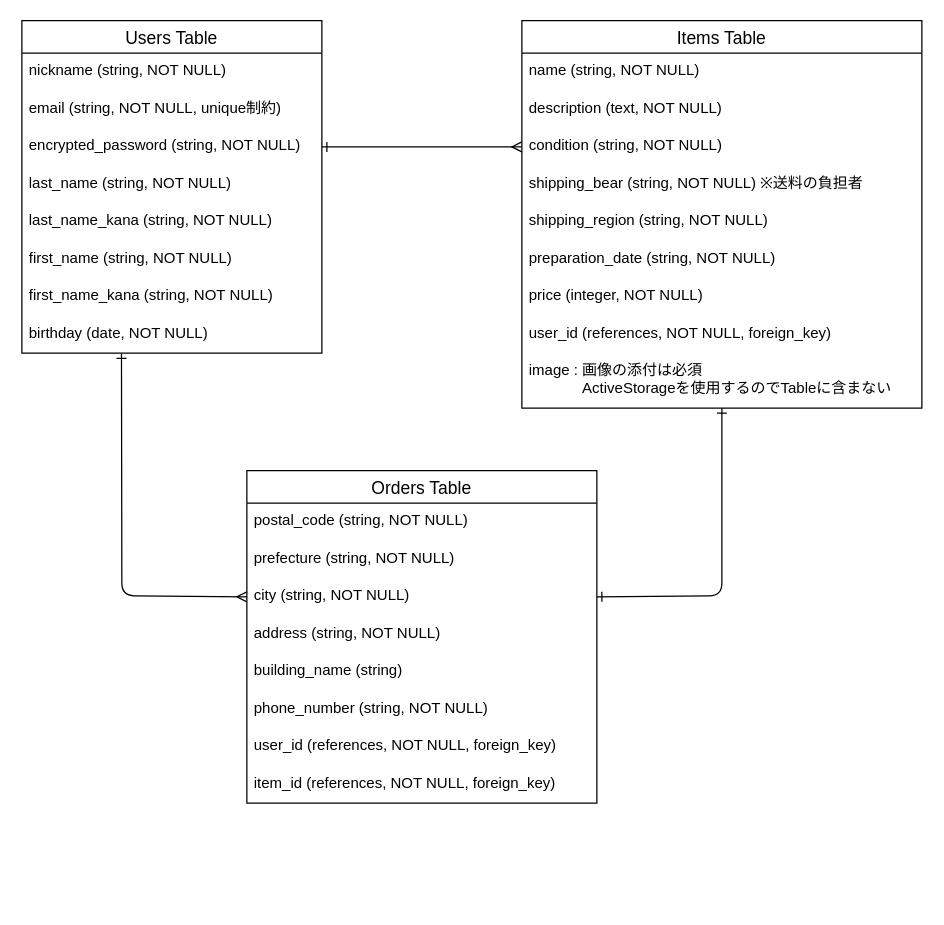
This is furima_ER.dio from motokeshi/furima-39650, a draw.io file, before an edit. Source tidied: cells renumbered, new cells numbered last; positions are measured from the earlier drawing's top-left corner, leaving out a move shared by most shapes. Both pictures are drawn from the tidied source at 125%, with x=0, y=0 at pixel (21, 20).
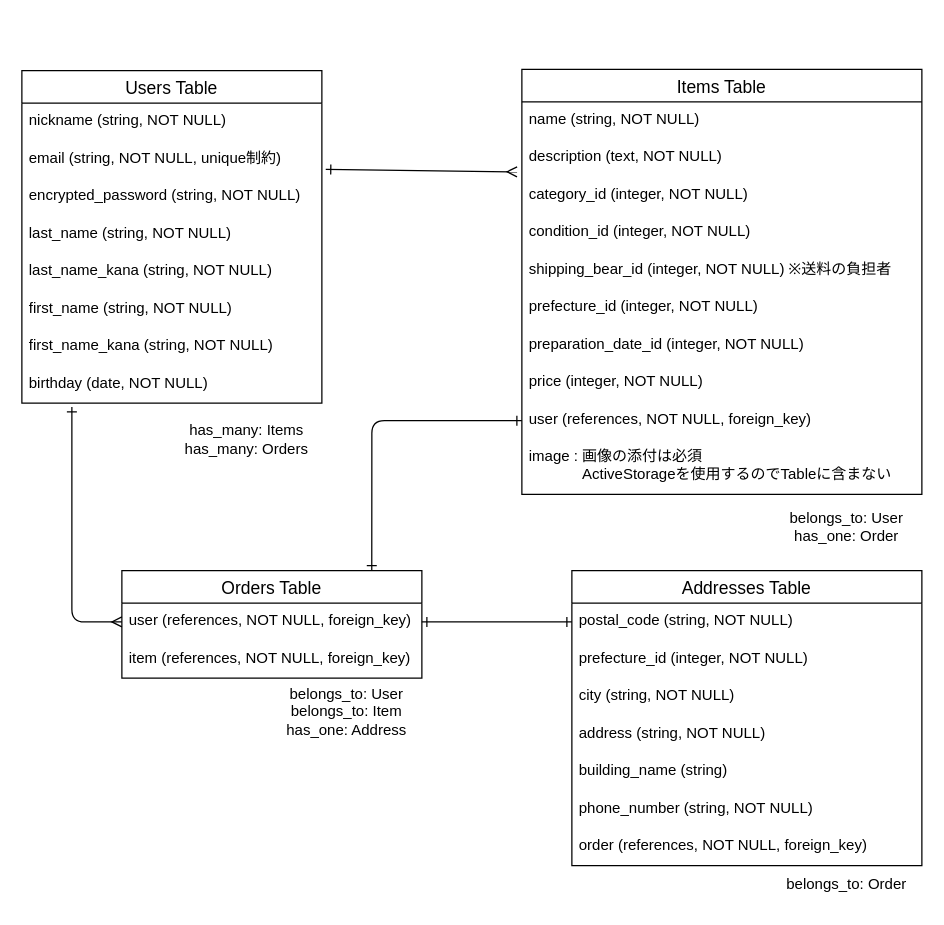
The same page after the edit.

Commit message (it also covers changes not shown here):
README記述内容とER図の修正

Unchanged cells that the change refers to:
```xml
<mxCell id="4" value="email (string, NOT NULL, unique制約)" style="text;strokeColor=none;fillColor=none;spacingLeft=4;spacingRight=4;overflow=hidden;points=[[0,0.5],[1,0.5]];portConstraint=eastwest;fontSize=12;" parent="2" vertex="1">
  <mxGeometry y="56" width="240" height="30" as="geometry" />
</mxCell>
<mxCell id="5" value="encrypted_password (string, NOT NULL)" style="text;strokeColor=none;fillColor=none;spacingLeft=4;spacingRight=4;overflow=hidden;points=[[0,0.5],[1,0.5]];portConstraint=eastwest;fontSize=12;" parent="2" vertex="1">
  <mxGeometry y="86" width="240" height="30" as="geometry" />
</mxCell>
<mxCell id="10" value="birthday (date, NOT NULL)" style="text;strokeColor=none;fillColor=none;spacingLeft=4;spacingRight=4;overflow=hidden;points=[[0,0.5],[1,0.5]];portConstraint=eastwest;fontSize=12;" parent="2" vertex="1">
  <mxGeometry y="236" width="240" height="30" as="geometry" />
</mxCell>
<mxCell id="22" value="postal_code (string, NOT NULL)" style="text;strokeColor=none;fillColor=none;spacingLeft=4;spacingRight=4;overflow=hidden;points=[[0,0.5],[1,0.5]];portConstraint=eastwest;fontSize=12;" parent="21" vertex="1">
  <mxGeometry y="26" width="280" height="30" as="geometry" />
</mxCell>
<mxCell id="24" value="city (string, NOT NULL)" style="text;strokeColor=none;fillColor=none;spacingLeft=4;spacingRight=4;overflow=hidden;points=[[0,0.5],[1,0.5]];portConstraint=eastwest;fontSize=12;" parent="21" vertex="1">
  <mxGeometry y="86" width="280" height="30" as="geometry" />
</mxCell>
```

What changed in the source:
```diff
@@
     <mxCell id="2" value="Users Table" style="swimlane;fontStyle=0;horizontal=1;startSize=26;align=center;fontSize=14;" parent="1" vertex="1">
-      <mxGeometry width="240" height="266" as="geometry" />
+      <mxGeometry y="40" width="240" height="266" as="geometry" />
     </mxCell>
@@
     <mxCell id="11" value="Items Table" style="swimlane;fontStyle=0;horizontal=1;startSize=26;align=center;fontSize=14;" parent="1" vertex="1">
-      <mxGeometry x="400" width="320" height="310" as="geometry" />
+      <mxGeometry x="400" y="39" width="320" height="340" as="geometry" />
     </mxCell>
@@
-    <mxCell id="14" value="condition (string, NOT NULL)" style="text;strokeColor=none;fillColor=none;spacingLeft=4;spacingRight=4;overflow=hidden;points=[[0,0.5],[1,0.5]];portConstraint=eastwest;fontSize=12;" parent="11" vertex="1">
+    <mxCell id="14" value="category_id (integer, NOT NULL)" style="text;strokeColor=none;fillColor=none;spacingLeft=4;spacingRight=4;overflow=hidden;points=[[0,0.5],[1,0.5]];portConstraint=eastwest;fontSize=12;" parent="11" vertex="1">
       <mxGeometry y="86" width="320" height="30" as="geometry" />
     </mxCell>
+    <mxCell id="33" value="condition_id (integer, NOT NULL)" style="text;strokeColor=none;fillColor=none;spacingLeft=4;spacingRight=4;overflow=hidden;fontSize=12;" parent="11" vertex="1">
+      <mxGeometry y="116" width="320" height="30" as="geometry" />
+    </mxCell>
-    <mxCell id="15" value="shipping_bear (string, NOT NULL) ※送料の負担者" style="text;strokeColor=none;fillColor=none;spacingLeft=4;spacingRight=4;overflow=hidden;fontSize=12;" parent="11" vertex="1">
-      <mxGeometry y="116" width="320" height="30" as="geometry" />
+    <mxCell id="15" value="shipping_bear_id (integer, NOT NULL) ※送料の負担者" style="text;strokeColor=none;fillColor=none;spacingLeft=4;spacingRight=4;overflow=hidden;fontSize=12;" parent="11" vertex="1">
+      <mxGeometry y="146" width="320" height="30" as="geometry" />
     </mxCell>
-    <mxCell id="16" value="shipping_region (string, NOT NULL)" style="text;strokeColor=none;fillColor=none;spacingLeft=4;spacingRight=4;overflow=hidden;fontSize=12;" parent="11" vertex="1">
-      <mxGeometry y="146" width="320" height="30" as="geometry" />
+    <mxCell id="16" value="prefecture_id (integer, NOT NULL)" style="text;strokeColor=none;fillColor=none;spacingLeft=4;spacingRight=4;overflow=hidden;fontSize=12;" parent="11" vertex="1">
+      <mxGeometry y="176" width="320" height="30" as="geometry" />
     </mxCell>
-    <mxCell id="17" value="preparation_date (string, NOT NULL)" style="text;strokeColor=none;fillColor=none;spacingLeft=4;spacingRight=4;overflow=hidden;fontSize=12;" parent="11" vertex="1">
-      <mxGeometry y="176" width="320" height="30" as="geometry" />
+    <mxCell id="17" value="preparation_date_id (integer, NOT NULL)" style="text;strokeColor=none;fillColor=none;spacingLeft=4;spacingRight=4;overflow=hidden;fontSize=12;" parent="11" vertex="1">
+      <mxGeometry y="206" width="320" height="30" as="geometry" />
     </mxCell>
     <mxCell id="18" value="price (integer, NOT NULL)" style="text;strokeColor=none;fillColor=none;spacingLeft=4;spacingRight=4;overflow=hidden;fontSize=12;" parent="11" vertex="1">
-      <mxGeometry y="206" width="320" height="30" as="geometry" />
+      <mxGeometry y="236" width="320" height="30" as="geometry" />
     </mxCell>
-    <mxCell id="19" value="user_id (references, NOT NULL, foreign_key)" style="text;strokeColor=none;fillColor=none;spacingLeft=4;spacingRight=4;overflow=hidden;fontSize=12;" parent="11" vertex="1">
-      <mxGeometry y="236" width="320" height="30" as="geometry" />
+    <mxCell id="19" value="user (references, NOT NULL, foreign_key)" style="text;strokeColor=none;fillColor=none;spacingLeft=4;spacingRight=4;overflow=hidden;fontSize=12;" parent="11" vertex="1">
+      <mxGeometry y="266" width="320" height="30" as="geometry" />
     </mxCell>
     <mxCell id="20" value="image : 画像の添付は必須&#10;             ActiveStorageを使用するのでTableに含まない" style="text;strokeColor=none;fillColor=none;spacingLeft=4;spacingRight=4;overflow=hidden;points=[[0,0.5],[1,0.5]];portConstraint=eastwest;fontSize=12;" parent="11" vertex="1">
-      <mxGeometry y="266" width="320" height="44" as="geometry" />
+      <mxGeometry y="296" width="320" height="44" as="geometry" />
     </mxCell>
-    <mxCell id="21" value="Orders Table" style="swimlane;fontStyle=0;horizontal=1;startSize=26;align=center;fontSize=14;" parent="1" vertex="1">
-      <mxGeometry x="180" y="360" width="280" height="266" as="geometry" />
+    <mxCell id="21" value="Addresses Table" style="swimlane;fontStyle=0;horizontal=1;startSize=26;align=center;fontSize=14;" parent="1" vertex="1">
+      <mxGeometry x="440" y="440" width="280" height="236" as="geometry" />
     </mxCell>
@@
-    <mxCell id="23" value="prefecture (string, NOT NULL)" style="text;strokeColor=none;fillColor=none;spacingLeft=4;spacingRight=4;overflow=hidden;fontSize=12;" parent="21" vertex="1">
+    <mxCell id="23" value="prefecture_id (integer, NOT NULL)" style="text;strokeColor=none;fillColor=none;spacingLeft=4;spacingRight=4;overflow=hidden;fontSize=12;" parent="21" vertex="1">
       <mxGeometry y="56" width="280" height="30" as="geometry" />
     </mxCell>
@@
-    <mxCell id="28" value="user_id (references, NOT NULL, foreign_key)" style="text;strokeColor=none;fillColor=none;spacingLeft=4;spacingRight=4;overflow=hidden;fontSize=12;" parent="21" vertex="1">
-      <mxGeometry y="206" width="280" height="30" as="geometry" />
-    </mxCell>
-    <mxCell id="29" value="item_id (references, NOT NULL, foreign_key)" style="text;strokeColor=none;fillColor=none;spacingLeft=4;spacingRight=4;overflow=hidden;fontSize=12;" parent="21" vertex="1">
-      <mxGeometry y="236" width="280" height="30" as="geometry" />
+    <mxCell id="29" value="order (references, NOT NULL, foreign_key)" style="text;strokeColor=none;fillColor=none;spacingLeft=4;spacingRight=4;overflow=hidden;fontSize=12;" parent="21" vertex="1">
+      <mxGeometry y="206" width="280" height="30" as="geometry" />
     </mxCell>
-    <mxCell id="30" style="edgeStyle=none;html=1;exitX=1;exitY=0.5;exitDx=0;exitDy=0;entryX=0;entryY=0.5;entryDx=0;entryDy=0;endArrow=ERmany;endFill=0;startArrow=ERone;startFill=0;" parent="1" edge="1" source="5" target="14">
+    <mxCell id="30" style="edgeStyle=none;html=1;exitX=1.013;exitY=0.767;exitDx=0;exitDy=0;entryX=-0.012;entryY=-0.133;entryDx=0;entryDy=0;endArrow=ERmany;endFill=0;startArrow=ERone;startFill=0;entryPerimeter=0;exitPerimeter=0;" parent="1" edge="1" source="4" target="14">
       <mxGeometry relative="1" as="geometry" />
     </mxCell>
-    <mxCell id="31" style="edgeStyle=none;html=1;startArrow=ERone;startFill=0;endArrow=ERone;endFill=0;exitX=1;exitY=0.5;exitDx=0;exitDy=0;" parent="1" edge="1" source="24" target="20">
-      <mxGeometry relative="1" as="geometry">
-        <Array as="points">
-          <mxPoint x="560" y="460" />
-        </Array>
-      </mxGeometry>
-    </mxCell>
-    <mxCell id="32" style="edgeStyle=none;html=1;exitX=0;exitY=0.5;exitDx=0;exitDy=0;entryX=0.332;entryY=1.007;entryDx=0;entryDy=0;entryPerimeter=0;startArrow=ERmany;startFill=0;endArrow=ERone;endFill=0;" parent="1" edge="1" source="24" target="10">
-      <mxGeometry relative="1" as="geometry">
-        <Array as="points">
-          <mxPoint x="80" y="460" />
-        </Array>
-      </mxGeometry>
-    </mxCell>
+    <mxCell id="34" value="Orders Table" style="swimlane;fontStyle=0;horizontal=1;startSize=26;align=center;fontSize=14;" parent="1" vertex="1">
+      <mxGeometry x="80" y="440" width="240" height="86" as="geometry" />
+    </mxCell>
+    <mxCell id="35" value="user (references, NOT NULL, foreign_key)" style="text;strokeColor=none;fillColor=none;spacingLeft=4;spacingRight=4;overflow=hidden;points=[[0,0.5],[1,0.5]];portConstraint=eastwest;fontSize=12;" parent="34" vertex="1">
+      <mxGeometry y="26" width="240" height="30" as="geometry" />
+    </mxCell>
+    <mxCell id="36" value="item (references, NOT NULL, foreign_key)" style="text;strokeColor=none;fillColor=none;spacingLeft=4;spacingRight=4;overflow=hidden;fontSize=12;" parent="34" vertex="1">
+      <mxGeometry y="56" width="240" height="30" as="geometry" />
+    </mxCell>
+    <mxCell id="37" value="has_many: Items&lt;br&gt;has_many: Orders" style="text;html=1;strokeColor=none;fillColor=none;align=center;verticalAlign=middle;whiteSpace=wrap;rounded=0;" parent="1" vertex="1">
+      <mxGeometry x="120" y="320" width="120" height="30" as="geometry" />
+    </mxCell>
+    <mxCell id="38" value="belongs_to: User&lt;br&gt;has_one: Order" style="text;html=1;strokeColor=none;fillColor=none;align=center;verticalAlign=middle;whiteSpace=wrap;rounded=0;" parent="1" vertex="1">
+      <mxGeometry x="600" y="390" width="120" height="30" as="geometry" />
+    </mxCell>
+    <mxCell id="39" value="belongs_to: User&lt;br&gt;belongs_to: Item&lt;br&gt;has_one: Address" style="text;html=1;strokeColor=none;fillColor=none;align=center;verticalAlign=middle;whiteSpace=wrap;rounded=0;" parent="1" vertex="1">
+      <mxGeometry x="200" y="526" width="120" height="54" as="geometry" />
+    </mxCell>
+    <mxCell id="40" value="belongs_to: Order" style="text;html=1;strokeColor=none;fillColor=none;align=center;verticalAlign=middle;whiteSpace=wrap;rounded=0;" parent="1" vertex="1">
+      <mxGeometry x="600" y="676" width="120" height="30" as="geometry" />
+    </mxCell>
+    <mxCell id="41" style="edgeStyle=none;jettySize=auto;html=1;entryX=0;entryY=0.5;entryDx=0;entryDy=0;endArrow=ERmany;endFill=0;startArrow=ERone;startFill=0;exitX=0.333;exitY=1.1;exitDx=0;exitDy=0;exitPerimeter=0;" parent="1" edge="1" target="35">
+      <mxGeometry relative="1" as="geometry">
+        <mxPoint x="40" y="309" as="sourcePoint" />
+        <Array as="points">
+          <mxPoint x="40" y="481" />
+        </Array>
+      </mxGeometry>
+    </mxCell>
+    <mxCell id="42" style="endArrow=ERone;html=1;startArrow=ERone;startFill=0;endFill=0;exitX=0.833;exitY=0;exitDx=0;exitDy=0;exitPerimeter=0;" parent="1" edge="1" source="34">
+      <mxGeometry relative="1" as="geometry">
+        <mxPoint x="400" y="320" as="targetPoint" />
+        <Array as="points">
+          <mxPoint x="280" y="320" />
+        </Array>
+      </mxGeometry>
+    </mxCell>
+    <mxCell id="43" style="edgeStyle=none;html=1;exitX=1;exitY=0.5;exitDx=0;exitDy=0;entryX=0;entryY=0.5;entryDx=0;entryDy=0;startArrow=ERone;startFill=0;endArrow=ERone;endFill=0;" parent="1" edge="1" source="35" target="22">
+      <mxGeometry relative="1" as="geometry" />
+    </mxCell>
```
